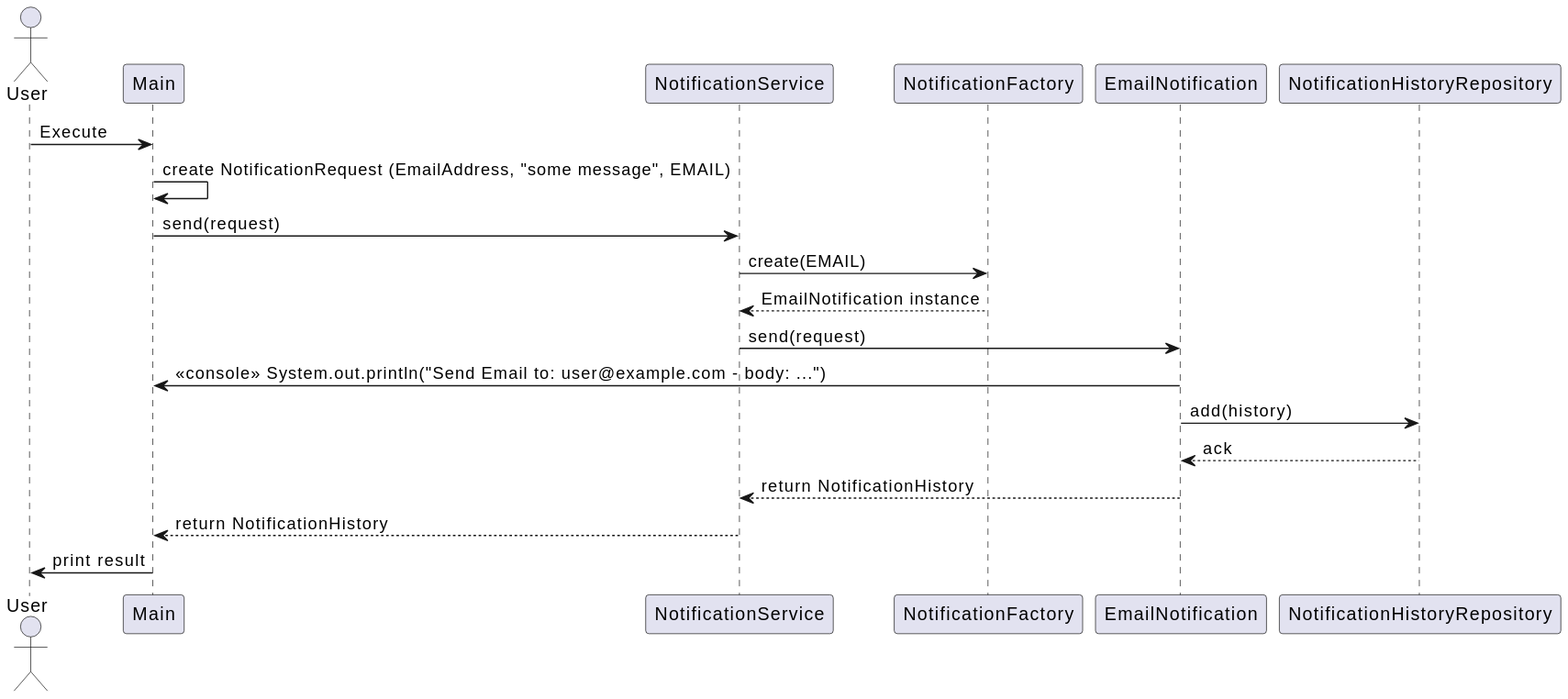
The PlantUML diagram docs/fig/sequence_diagram.svg in tri-shtr/notification-app, before a commit.
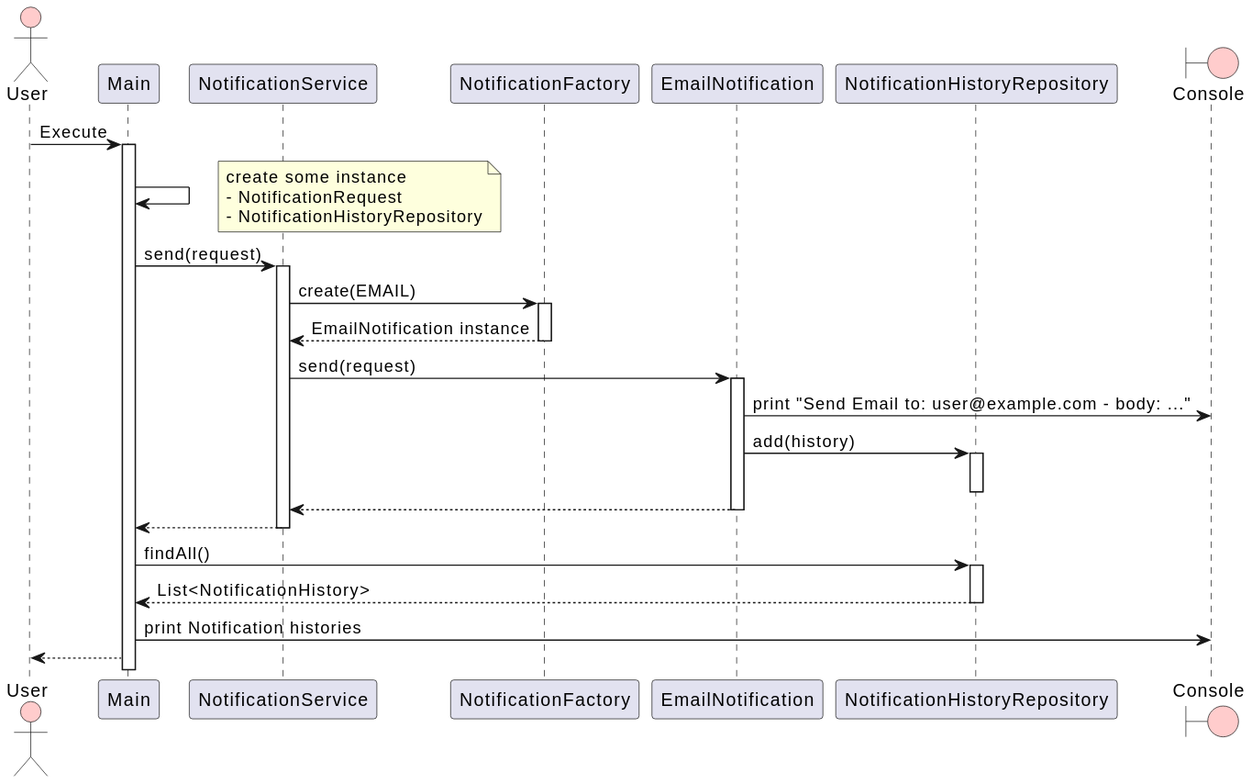
The same diagram one commit later.

Commit message:
シーケンス図の誤記修正

What changed in the source:
```diff
@@ -1,21 +1,41 @@
 @startuml
-actor User
+actor User #ffcccc
 participant Main
 participant NotificationService
 participant NotificationFactory
 participant EmailNotification
 participant NotificationHistoryRepository
+boundary Console #ffcccc
 
 User -> Main: Execute
-Main -> Main: create NotificationRequest (EmailAddress, "some message", EMAIL)
+activate Main
+Main -> Main
+note right
+  create some instance
+  - NotificationRequest
+  - NotificationHistoryRepository
+end note
 Main -> NotificationService: send(request)
+activate NotificationService
 NotificationService -> NotificationFactory: create(EMAIL)
+activate NotificationFactory
 NotificationFactory --> NotificationService: EmailNotification instance
+deactivate NotificationFactory
 NotificationService -> EmailNotification: send(request)
-EmailNotification -> Main: <<console>> System.out.println("Send Email to: user@example.com - body: ...")
+activate EmailNotification
+EmailNotification -> Console: print "Send Email to: user@example.com - body: ..."
 EmailNotification -> NotificationHistoryRepository: add(history)
-NotificationHistoryRepository --> EmailNotification: ack
-EmailNotification --> NotificationService: return NotificationHistory
-NotificationService --> Main: return NotificationHistory
-Main -> User: print result
+activate NotificationHistoryRepository
+deactivate NotificationHistoryRepository
+EmailNotification --> NotificationService
+deactivate EmailNotification
+NotificationService --> Main
+deactivate NotificationService
+Main -> NotificationHistoryRepository: findAll()
+activate NotificationHistoryRepository
+NotificationHistoryRepository --> Main: List<NotificationHistory>
+deactivate NotificationHistoryRepository
+Main -> Console: print Notification histories
+
+Main --> User
 @enduml
```
